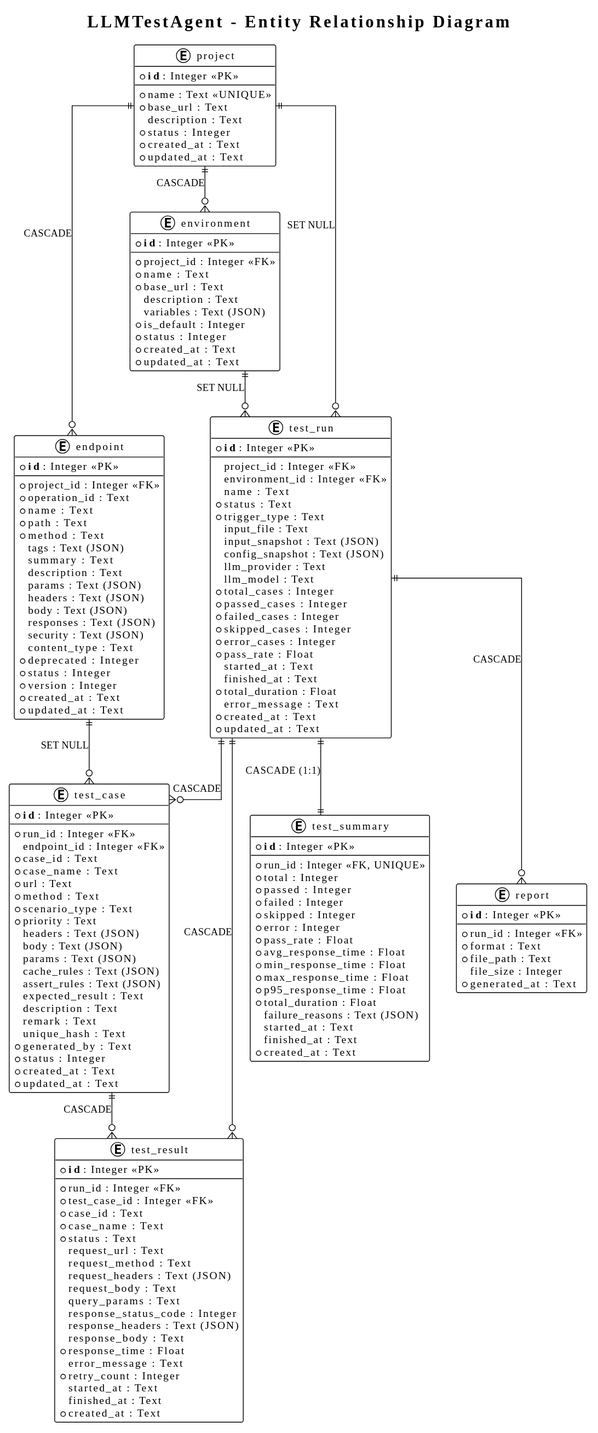
cmrhyq/LLMTestAgent keeps this PlantUML diagram as doc/images/er-diagram.svg. Above is the earlier version. Source of this version:
```plantuml
@startuml
!theme plain
skinparam backgroundColor white
skinparam shadowing false
skinparam defaultFontName "Microsoft YaHei, SimHei, sans-serif"
skinparam linetype ortho

skinparam entity {
  BackgroundColor #F8F9FA
  BorderColor #495057
}

title LLMTestAgent - Entity Relationship Diagram

entity "project" as project {
  * **id** : Integer <<PK>>
  --
  * name : Text <<UNIQUE>>
  * base_url : Text
  description : Text
  * status : Integer
  * created_at : Text
  * updated_at : Text
}

entity "environment" as environment {
  * **id** : Integer <<PK>>
  --
  * project_id : Integer <<FK>>
  * name : Text
  * base_url : Text
  description : Text
  variables : Text (JSON)
  * is_default : Integer
  * status : Integer
  * created_at : Text
  * updated_at : Text
}

entity "endpoint" as endpoint {
  * **id** : Integer <<PK>>
  --
  * project_id : Integer <<FK>>
  * operation_id : Text
  * name : Text
  * path : Text
  * method : Text
  tags : Text (JSON)
  summary : Text
  description : Text
  params : Text (JSON)
  headers : Text (JSON)
  body : Text (JSON)
  responses : Text (JSON)
  security : Text (JSON)
  content_type : Text
  * deprecated : Integer
  * status : Integer
  * version : Integer
  * created_at : Text
  * updated_at : Text
}

entity "test_run" as test_run {
  * **id** : Integer <<PK>>
  --
  project_id : Integer <<FK>>
  environment_id : Integer <<FK>>
  name : Text
  * status : Text
  * trigger_type : Text
  input_file : Text
  input_snapshot : Text (JSON)
  config_snapshot : Text (JSON)
  llm_provider : Text
  llm_model : Text
  * total_cases : Integer
  * passed_cases : Integer
  * failed_cases : Integer
  * skipped_cases : Integer
  * error_cases : Integer
  * pass_rate : Float
  started_at : Text
  finished_at : Text
  * total_duration : Float
  error_message : Text
  * created_at : Text
  * updated_at : Text
}

entity "test_case" as test_case {
  * **id** : Integer <<PK>>
  --
  * run_id : Integer <<FK>>
  endpoint_id : Integer <<FK>>
  * case_id : Text
  * case_name : Text
  * url : Text
  * method : Text
  * scenario_type : Text
  * priority : Text
  headers : Text (JSON)
  body : Text (JSON)
  params : Text (JSON)
  cache_rules : Text (JSON)
  assert_rules : Text (JSON)
  expected_result : Text
  description : Text
  remark : Text
  unique_hash : Text
  * generated_by : Text
  * status : Integer
  * created_at : Text
  * updated_at : Text
}

entity "test_result" as test_result {
  * **id** : Integer <<PK>>
  --
  * run_id : Integer <<FK>>
  * test_case_id : Integer <<FK>>
  * case_id : Text
  * case_name : Text
  * status : Text
  request_url : Text
  request_method : Text
  request_headers : Text (JSON)
  request_body : Text
  query_params : Text
  response_status_code : Integer
  response_headers : Text (JSON)
  response_body : Text
  * response_time : Float
  error_message : Text
  * retry_count : Integer
  started_at : Text
  finished_at : Text
  * created_at : Text
}

entity "test_summary" as test_summary {
  * **id** : Integer <<PK>>
  --
  * run_id : Integer <<FK, UNIQUE>>
  * total : Integer
  * passed : Integer
  * failed : Integer
  * skipped : Integer
  * error : Integer
  * pass_rate : Float
  * avg_response_time : Float
  * min_response_time : Float
  * max_response_time : Float
  * p95_response_time : Float
  * total_duration : Float
  failure_reasons : Text (JSON)
  started_at : Text
  finished_at : Text
  * created_at : Text
}

entity "report" as report {
  * **id** : Integer <<PK>>
  --
  * run_id : Integer <<FK>>
  * format : Text
  * file_path : Text
  file_size : Integer
  * generated_at : Text
}

project ||--o{ environment : "CASCADE"
project ||--o{ endpoint : "CASCADE"
project ||--o{ test_run : "SET NULL"
environment ||--o{ test_run : "SET NULL"
test_run ||--o{ test_case : "CASCADE"
test_run ||--o{ test_result : "CASCADE"
test_run ||--|| test_summary : "CASCADE (1:1)"
test_run ||--o{ report : "CASCADE"
endpoint ||--o{ test_case : "SET NULL"
test_case ||--o{ test_result : "CASCADE"
@enduml
```
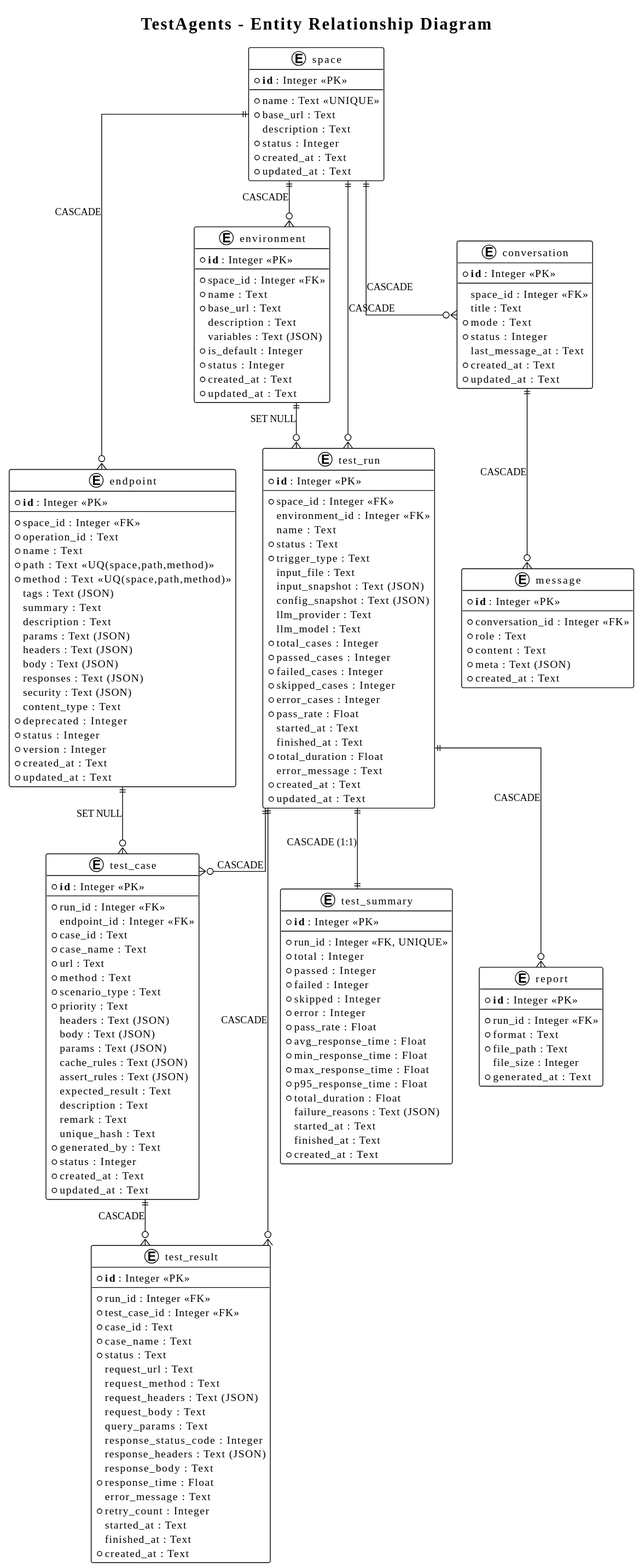
Above is the later version.

What changed in the source:
```diff
@@ -10,9 +10,9 @@
   BorderColor #495057
 }
 
-title LLMTestAgent - Entity Relationship Diagram
+title TestAgents - Entity Relationship Diagram
 
-entity "project" as project {
+entity "space" as space {
   * **id** : Integer <<PK>>
   --
   * name : Text <<UNIQUE>>
@@ -26,7 +26,7 @@
 entity "environment" as environment {
   * **id** : Integer <<PK>>
   --
-  * project_id : Integer <<FK>>
+  * space_id : Integer <<FK>>
   * name : Text
   * base_url : Text
   description : Text
@@ -40,11 +40,11 @@
 entity "endpoint" as endpoint {
   * **id** : Integer <<PK>>
   --
-  * project_id : Integer <<FK>>
+  * space_id : Integer <<FK>>
   * operation_id : Text
   * name : Text
-  * path : Text
-  * method : Text
+  * path : Text <<UQ(space,path,method)>>
+  * method : Text <<UQ(space,path,method)>>
   tags : Text (JSON)
   summary : Text
   description : Text
@@ -64,7 +64,7 @@
 entity "test_run" as test_run {
   * **id** : Integer <<PK>>
   --
-  project_id : Integer <<FK>>
+  * space_id : Integer <<FK>>
   environment_id : Integer <<FK>>
   name : Text
   * status : Text
@@ -169,9 +169,32 @@
   * generated_at : Text
 }
 
-project ||--o{ environment : "CASCADE"
-project ||--o{ endpoint : "CASCADE"
-project ||--o{ test_run : "SET NULL"
+entity "conversation" as conversation {
+  * **id** : Integer <<PK>>
+  --
+  space_id : Integer <<FK>>
+  title : Text
+  * mode : Text
+  * status : Integer
+  last_message_at : Text
+  * created_at : Text
+  * updated_at : Text
+}
+
+entity "message" as message {
+  * **id** : Integer <<PK>>
+  --
+  * conversation_id : Integer <<FK>>
+  * role : Text
+  * content : Text
+  * meta : Text (JSON)
+  * created_at : Text
+}
+
+space ||--o{ environment : "CASCADE"
+space ||--o{ endpoint : "CASCADE"
+space ||--o{ test_run : "CASCADE"
+space ||--o{ conversation : "CASCADE"
 environment ||--o{ test_run : "SET NULL"
 test_run ||--o{ test_case : "CASCADE"
 test_run ||--o{ test_result : "CASCADE"
@@ -179,4 +202,5 @@
 test_run ||--o{ report : "CASCADE"
 endpoint ||--o{ test_case : "SET NULL"
 test_case ||--o{ test_result : "CASCADE"
+conversation ||--o{ message : "CASCADE"
 @enduml
```
